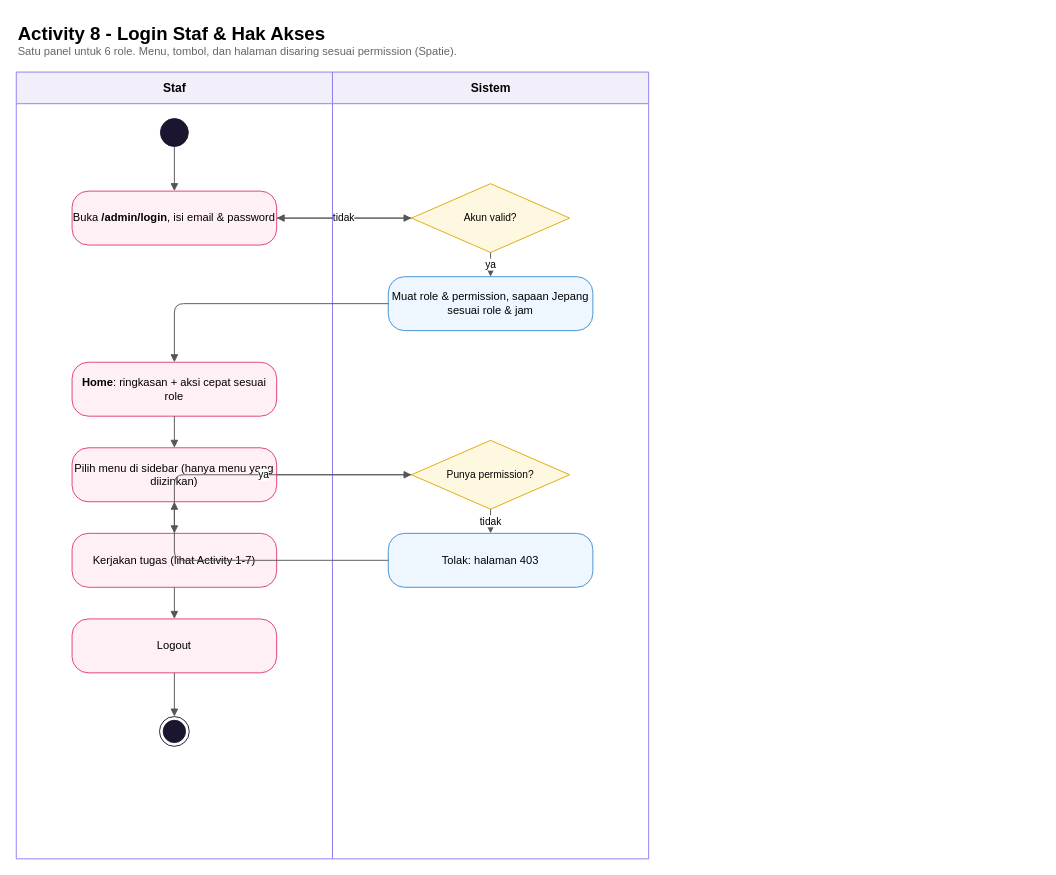
Above: page "Activity 8 - Login Staf & Hak Akses" (11 of 15) of docs/diagrams/kz-hobby-store.drawio in MaskFpv/KZ_Hobby_Store (draw.io), before the change. Source tidied: cells renumbered, new cells numbered last; positions are measured from the earlier drawing's top-left corner, leaving out a move shared by most shapes. Both pictures are drawn from the tidied source at 93%, with x=0, y=0 at pixel (16, 16).
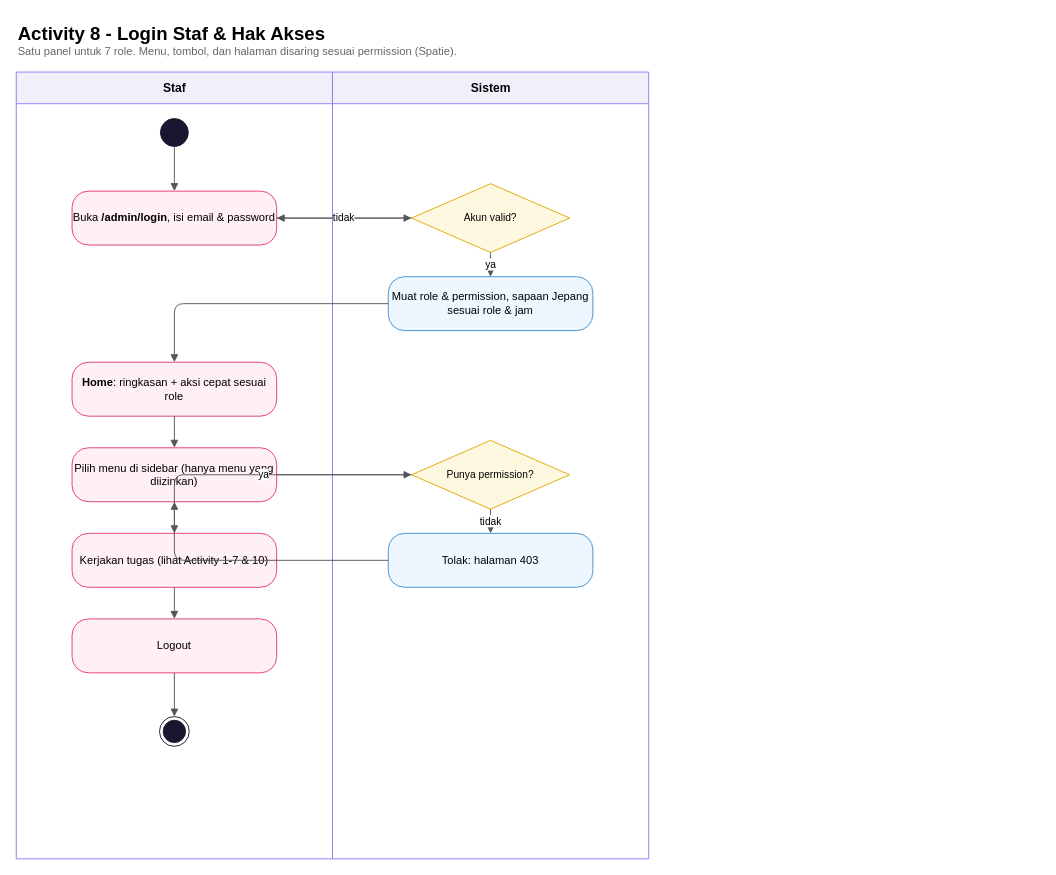
Above is the later version.

Commit message (it also covers changes not shown here):
Docs: diagram & spec diperbarui untuk artikel, role sosmed, galeri produk

- Diagram: peta halaman (/artikel, menu Konten Website), use case (aktor Admin Sosmed),
  Activity 10 "Kelola & Baca Artikel", ERD & LRS + articles, article_categories, product_images
- Spec: tabel hak akses 7 role, halaman & tabel baru, revisi artikel dan ronde 4 (latar hidup, dst.)

Unchanged cells that the change refers to:
```xml
<mxCell id="3" value="&lt;b&gt;Staf&lt;/b&gt;" style="swimlane;startSize=34;html=1;fillColor=#f3effa;strokeColor=#8b7cf6;fontSize=13;swimlaneFillColor=#ffffff;" parent="1" vertex="1">
  <mxGeometry y="60" width="340" height="846" as="geometry" />
</mxCell>
```

Diff of the diagram source:
```diff
@@
-    <mxCell id="2" value="&lt;b style='font-size:20px'&gt;Activity 8 - Login Staf &amp; Hak Akses&lt;/b&gt;&lt;br&gt;&lt;span style='font-size:12px;color:#666'&gt;Satu panel untuk 6 role. Menu, tombol, dan halaman disaring sesuai permission (Spatie).&lt;/span&gt;" style="text;html=1;align=left;verticalAlign=top;whiteSpace=wrap;" parent="1" vertex="1">
+    <mxCell id="2" value="&lt;b style='font-size:20px'&gt;Activity 8 - Login Staf &amp; Hak Akses&lt;/b&gt;&lt;br&gt;&lt;span style='font-size:12px;color:#666'&gt;Satu panel untuk 7 role. Menu, tombol, dan halaman disaring sesuai permission (Spatie).&lt;/span&gt;" style="text;html=1;align=left;verticalAlign=top;whiteSpace=wrap;" parent="1" vertex="1">
       <mxGeometry width="1100" height="50" as="geometry" />
     </mxCell>
@@
-    <mxCell id="13" value="Kerjakan tugas (lihat Activity 1-7)" style="rounded=1;whiteSpace=wrap;html=1;arcSize=30;fillColor=#fff0f5;strokeColor=#e23a76;fontSize=12;" parent="3" vertex="1">
+    <mxCell id="13" value="Kerjakan tugas (lihat Activity 1-7 &amp;amp; 10)" style="rounded=1;whiteSpace=wrap;html=1;arcSize=30;fillColor=#fff0f5;strokeColor=#e23a76;fontSize=12;" parent="3" vertex="1">
       <mxGeometry x="60" y="496" width="220" height="58" as="geometry" />
     </mxCell>
```
